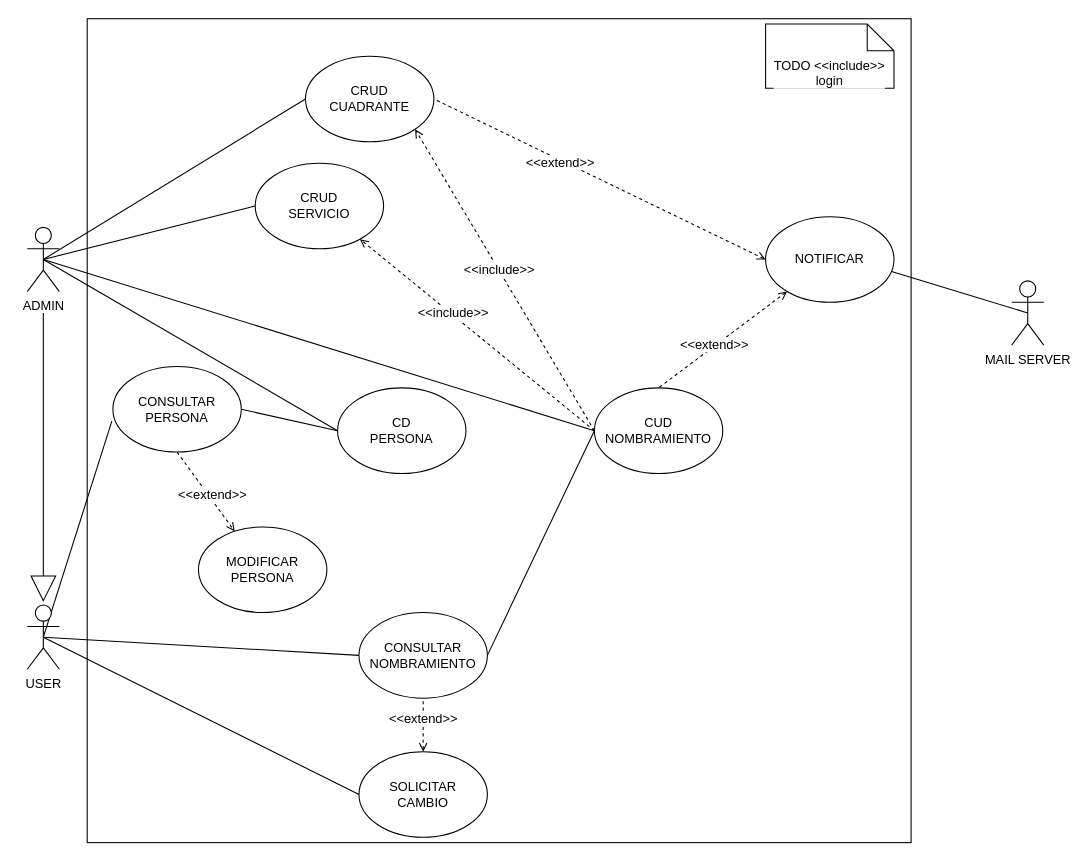
Earlier version of the draw.io diagram CASOS DE USO.drawio (kzurro/Thot-docs). Source tidied: cells renumbered, new cells numbered last; positions are measured from the earlier drawing's top-left corner, leaving out a move shared by most shapes. Both pictures are drawn from the tidied source at 107%, with x=0, y=0 at pixel (27, 18).
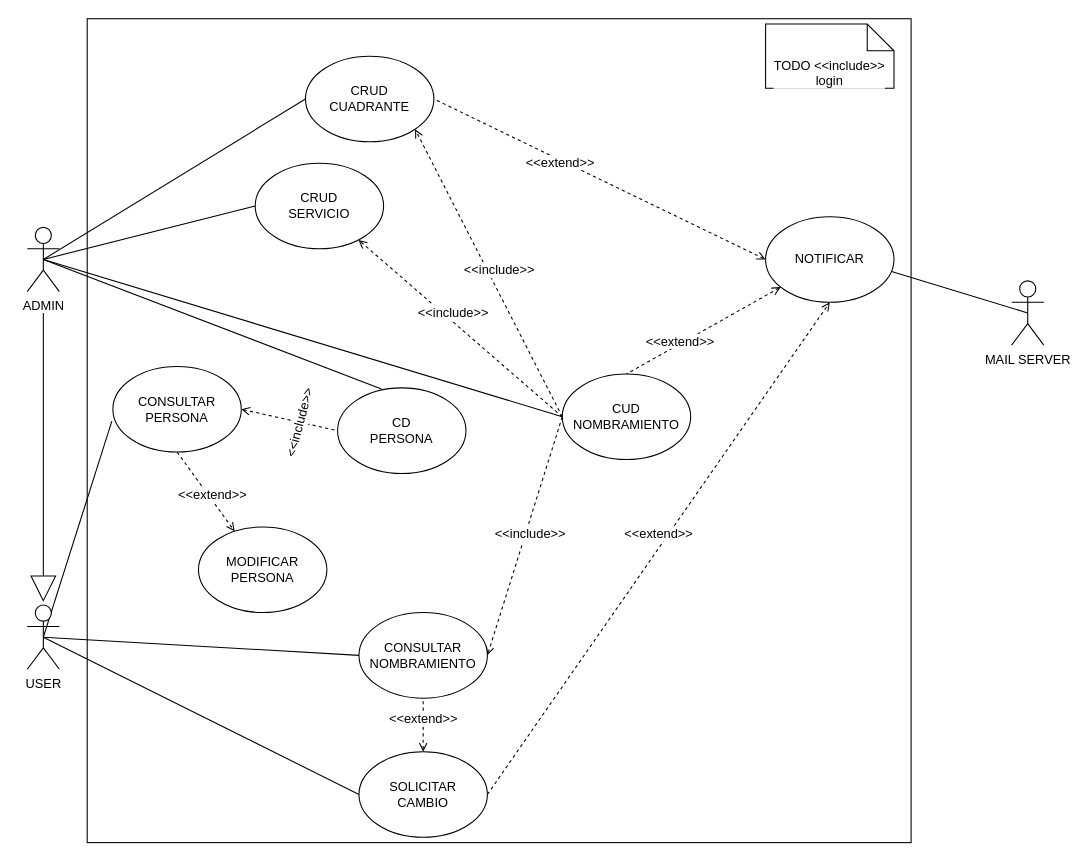
The same page after the edit.

Unchanged cells that the change refers to:
```xml
<mxCell id="8" value="ADMIN" style="shape=umlActor;verticalLabelPosition=bottom;verticalAlign=top;html=1;outlineConnect=0;" parent="1" vertex="1">
  <mxGeometry y="195" width="30" height="60" as="geometry" />
</mxCell>
<mxCell id="16" value="CD &lt;br&gt;PERSONA" style="ellipse;whiteSpace=wrap;html=1;" parent="1" vertex="1">
  <mxGeometry x="290" y="345" width="120" height="80" as="geometry" />
</mxCell>
<mxCell id="21" value="CONSULTAR&lt;br&gt;NOMBRAMIENTO" style="ellipse;whiteSpace=wrap;html=1;" parent="1" vertex="1">
  <mxGeometry x="310" y="555" width="120" height="80" as="geometry" />
</mxCell>
<mxCell id="23" value="NOTIFICAR" style="ellipse;whiteSpace=wrap;html=1;" parent="1" vertex="1">
  <mxGeometry x="690" y="185" width="120" height="80" as="geometry" />
</mxCell>
<mxCell id="27" value="SOLICITAR&lt;br&gt;CAMBIO" style="ellipse;whiteSpace=wrap;html=1;" parent="1" vertex="1">
  <mxGeometry x="310" y="685" width="120" height="80" as="geometry" />
</mxCell>
<mxCell id="35" value="CONSULTAR&lt;br&gt;PERSONA" style="ellipse;whiteSpace=wrap;html=1;" parent="1" vertex="1">
  <mxGeometry x="80" y="325" width="120" height="80" as="geometry" />
</mxCell>
```

Diff of the diagram source:
```diff
@@
-    <mxCell id="3" style="rounded=0;jettySize=auto;html=1;exitX=0.5;exitY=0.5;exitDx=0;exitDy=0;exitPerimeter=0;entryX=0;entryY=0.5;entryDx=0;entryDy=0;endArrow=none;endFill=0;" parent="1" edge="1" source="8" target="16">
+    <mxCell id="3" style="rounded=0;jettySize=auto;html=1;exitX=0.5;exitY=0.5;exitDx=0;exitDy=0;exitPerimeter=0;entryX=0.342;entryY=0.013;entryDx=0;entryDy=0;endArrow=none;endFill=0;entryPerimeter=0;" parent="1" edge="1" source="8" target="16">
       <mxGeometry relative="1" as="geometry" />
     </mxCell>
@@
-    <mxCell id="19" style="edgeStyle=none;rounded=0;jettySize=auto;html=1;exitX=0;exitY=0.5;exitDx=0;exitDy=0;entryX=1;entryY=0.5;entryDx=0;entryDy=0;startArrow=none;startFill=0;endArrow=none;endFill=0;" parent="1" edge="1" source="20" target="21">
+    <mxCell id="19" style="edgeStyle=none;rounded=0;jettySize=auto;html=1;exitX=0;exitY=0.5;exitDx=0;exitDy=0;entryX=1;entryY=0.5;entryDx=0;entryDy=0;startArrow=none;startFill=0;endArrow=open;endFill=0;dashed=1;" parent="1" edge="1" source="20" target="21">
       <mxGeometry relative="1" as="geometry" />
     </mxCell>
     <mxCell id="20" value="CUD &lt;br&gt;NOMBRAMIENTO" style="ellipse;whiteSpace=wrap;html=1;" parent="1" vertex="1">
-      <mxGeometry x="530" y="345" width="120" height="80" as="geometry" />
+      <mxGeometry x="500" y="332" width="120" height="80" as="geometry" />
     </mxCell>
@@
+    <mxCell id="39" style="rounded=0;jettySize=auto;html=1;exitX=1;exitY=0.5;exitDx=0;exitDy=0;entryX=0.5;entryY=1;entryDx=0;entryDy=0;startArrow=none;startFill=0;endArrow=open;endFill=0;dashed=1;" parent="1" edge="1" source="27" target="23">
+      <mxGeometry relative="1" as="geometry" />
+    </mxCell>
@@
     <mxCell id="31" value="&lt;span style=&quot;background-color: rgb(255 , 255 , 255)&quot;&gt;&amp;lt;&amp;lt;extend&amp;gt;&amp;gt;&lt;/span&gt;" style="text;html=1;align=center;verticalAlign=middle;" parent="1" vertex="1">
-      <mxGeometry x="602" y="295" width="80" height="20" as="geometry" />
+      <mxGeometry x="570" y="292" width="80" height="20" as="geometry" />
     </mxCell>
@@
-    <mxCell id="33" style="edgeStyle=none;rounded=0;jettySize=auto;html=1;exitX=1;exitY=0.5;exitDx=0;exitDy=0;entryX=0;entryY=0.5;entryDx=0;entryDy=0;startArrow=none;startFill=0;endArrow=none;endFill=0;endSize=22;" parent="1" edge="1" source="35" target="16">
+    <mxCell id="33" style="edgeStyle=none;rounded=0;jettySize=auto;html=1;exitX=1;exitY=0.5;exitDx=0;exitDy=0;entryX=0;entryY=0.5;entryDx=0;entryDy=0;startArrow=open;startFill=0;endArrow=none;endFill=0;dashed=1;" parent="1" edge="1" source="35" target="16">
       <mxGeometry relative="1" as="geometry" />
     </mxCell>
@@
+    <mxCell id="40" value="&amp;lt;&amp;lt;include&amp;gt;&amp;gt;" style="text;html=1;align=center;verticalAlign=middle;labelBackgroundColor=#ffffff;rotation=-75;" parent="1" vertex="1">
+      <mxGeometry x="215" y="368" width="80" height="20" as="geometry" />
+    </mxCell>
+    <mxCell id="41" value="&amp;lt;&amp;lt;include&amp;gt;&amp;gt;" style="text;html=1;align=center;verticalAlign=middle;labelBackgroundColor=#ffffff;" parent="1" vertex="1">
+      <mxGeometry x="430" y="472" width="80" height="20" as="geometry" />
+    </mxCell>
+    <mxCell id="42" value="&lt;span style=&quot;background-color: rgb(255 , 255 , 255)&quot;&gt;&amp;lt;&amp;lt;extend&amp;gt;&amp;gt;&lt;/span&gt;" style="text;html=1;align=center;verticalAlign=middle;" parent="1" vertex="1">
+      <mxGeometry x="550" y="472" width="80" height="20" as="geometry" />
+    </mxCell>
```
